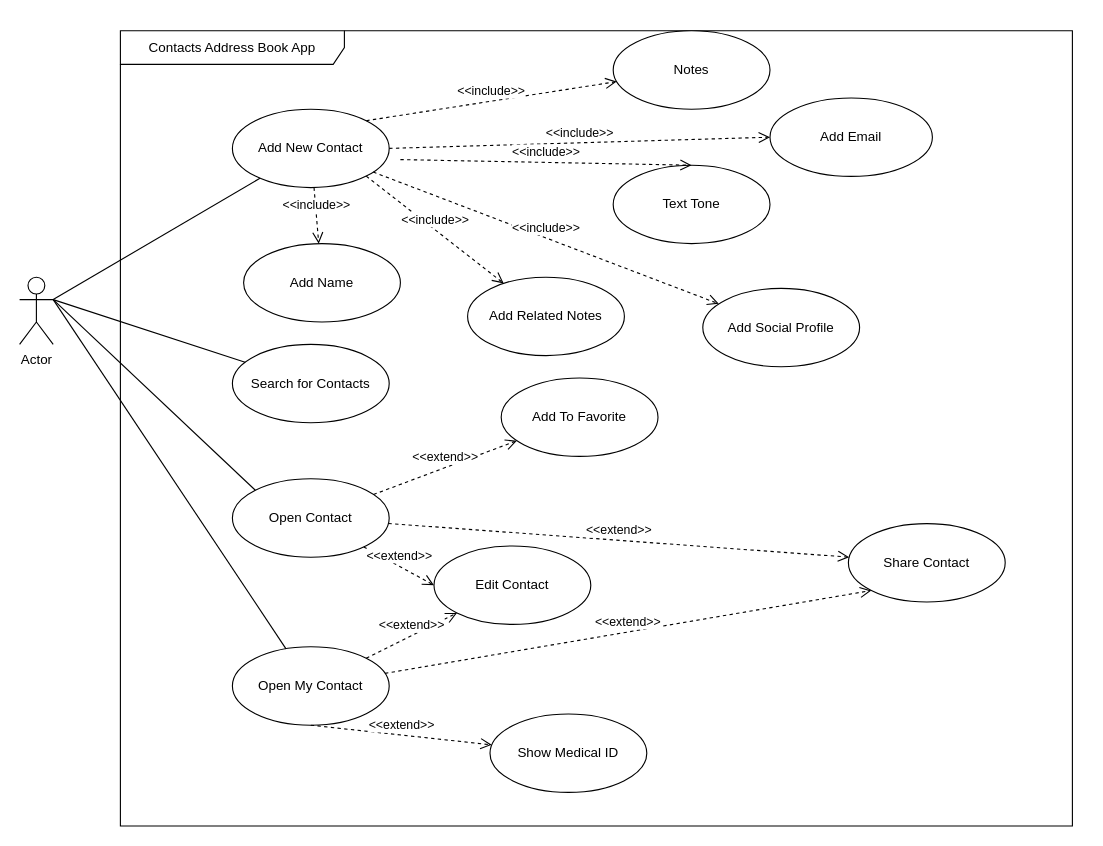
BlakeHan01/Contacts-Address-Book-Use-Case-Diagram keeps this draw.io diagram as OOP.drawio. Above is the earlier version. Source tidied: cells renumbered, new cells numbered last; positions are measured from the earlier drawing's top-left corner, leaving out a move shared by most shapes. Both pictures are drawn from the tidied source at 112%, with x=0, y=0 at pixel (19, 30).
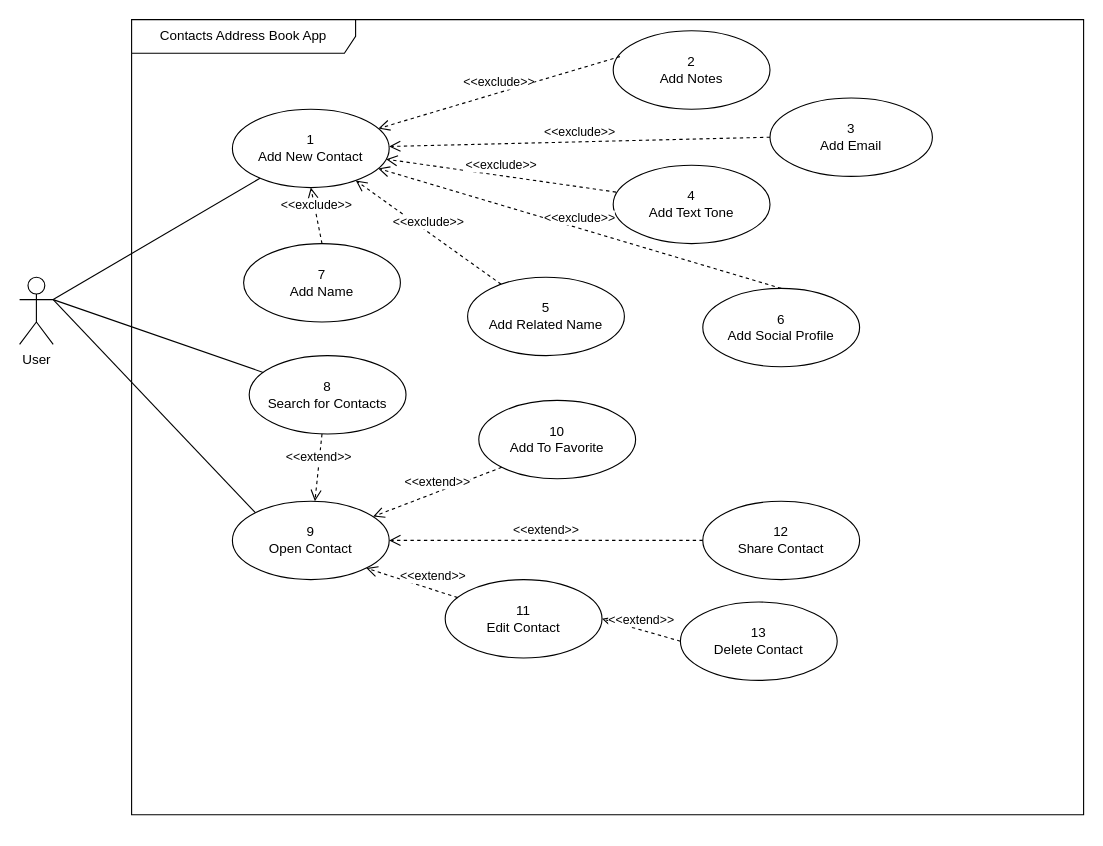
After the change.

Diff of the diagram source:
```diff
@@
-    <mxCell id="2" value="Actor" style="shape=umlActor;verticalLabelPosition=bottom;verticalAlign=top;html=1;outlineConnect=0;" parent="1" vertex="1">
+    <mxCell id="2" value="User" style="shape=umlActor;verticalLabelPosition=bottom;verticalAlign=top;html=1;outlineConnect=0;" parent="1" vertex="1">
       <mxGeometry y="220" width="30" height="60" as="geometry" />
     </mxCell>
     <mxCell id="3" value="Contacts Address Book App" style="shape=umlFrame;whiteSpace=wrap;html=1;width=200;height=30;" parent="1" vertex="1">
-      <mxGeometry x="90" width="850" height="710" as="geometry" />
+      <mxGeometry x="100" y="-10" width="850" height="710" as="geometry" />
     </mxCell>
-    <mxCell id="4" value="Add New Contact" style="ellipse;whiteSpace=wrap;html=1;" parent="1" vertex="1">
+    <mxCell id="4" value="1&lt;br&gt;Add New Contact" style="ellipse;whiteSpace=wrap;html=1;" parent="1" vertex="1">
       <mxGeometry x="190" y="70" width="140" height="70" as="geometry" />
     </mxCell>
-    <mxCell id="5" value="Add Name" style="ellipse;whiteSpace=wrap;html=1;" parent="1" vertex="1">
+    <mxCell id="5" value="7&lt;br&gt;Add Name" style="ellipse;whiteSpace=wrap;html=1;" parent="1" vertex="1">
       <mxGeometry x="200" y="190" width="140" height="70" as="geometry" />
     </mxCell>
-    <mxCell id="6" value="Search for Contacts" style="ellipse;whiteSpace=wrap;html=1;" parent="1" vertex="1">
-      <mxGeometry x="190" y="280" width="140" height="70" as="geometry" />
+    <mxCell id="6" value="8&lt;br&gt;Search for Contacts" style="ellipse;whiteSpace=wrap;html=1;" parent="1" vertex="1">
+      <mxGeometry x="205" y="290" width="140" height="70" as="geometry" />
     </mxCell>
-    <mxCell id="7" value="Add Email" style="ellipse;whiteSpace=wrap;html=1;" parent="1" vertex="1">
+    <mxCell id="7" value="3&lt;br&gt;Add Email" style="ellipse;whiteSpace=wrap;html=1;" parent="1" vertex="1">
       <mxGeometry x="670" y="60" width="145" height="70" as="geometry" />
     </mxCell>
-    <mxCell id="8" value="Text Tone" style="ellipse;whiteSpace=wrap;html=1;" parent="1" vertex="1">
+    <mxCell id="8" value="4&lt;br&gt;Add Text Tone" style="ellipse;whiteSpace=wrap;html=1;" parent="1" vertex="1">
       <mxGeometry x="530" y="120" width="140" height="70" as="geometry" />
     </mxCell>
-    <mxCell id="9" value="Open Contact" style="ellipse;whiteSpace=wrap;html=1;" parent="1" vertex="1">
-      <mxGeometry x="190" y="400" width="140" height="70" as="geometry" />
+    <mxCell id="9" value="9&lt;br&gt;Open Contact" style="ellipse;whiteSpace=wrap;html=1;" parent="1" vertex="1">
+      <mxGeometry x="190" y="420" width="140" height="70" as="geometry" />
     </mxCell>
-    <mxCell id="10" value="Add To Favorite" style="ellipse;whiteSpace=wrap;html=1;" parent="1" vertex="1">
-      <mxGeometry x="430" y="310" width="140" height="70" as="geometry" />
+    <mxCell id="10" value="10&lt;br&gt;Add To Favorite" style="ellipse;whiteSpace=wrap;html=1;" parent="1" vertex="1">
+      <mxGeometry x="410" y="330" width="140" height="70" as="geometry" />
     </mxCell>
-    <mxCell id="11" value="Edit Contact" style="ellipse;whiteSpace=wrap;html=1;" parent="1" vertex="1">
-      <mxGeometry x="370" y="460" width="140" height="70" as="geometry" />
+    <mxCell id="11" value="11&lt;br&gt;Edit Contact" style="ellipse;whiteSpace=wrap;html=1;" parent="1" vertex="1">
+      <mxGeometry x="380" y="490" width="140" height="70" as="geometry" />
     </mxCell>
-    <mxCell id="12" value="Add Social Profile" style="ellipse;whiteSpace=wrap;html=1;" parent="1" vertex="1">
+    <mxCell id="12" value="6&lt;br&gt;Add Social Profile" style="ellipse;whiteSpace=wrap;html=1;" parent="1" vertex="1">
       <mxGeometry x="610" y="230" width="140" height="70" as="geometry" />
     </mxCell>
-    <mxCell id="13" value="Share Contact" style="ellipse;whiteSpace=wrap;html=1;" parent="1" vertex="1">
-      <mxGeometry x="740" y="440" width="140" height="70" as="geometry" />
+    <mxCell id="13" value="12&lt;br&gt;Share Contact" style="ellipse;whiteSpace=wrap;html=1;" parent="1" vertex="1">
+      <mxGeometry x="610" y="420" width="140" height="70" as="geometry" />
     </mxCell>
-    <mxCell id="14" value="Notes" style="ellipse;whiteSpace=wrap;html=1;" parent="1" vertex="1">
+    <mxCell id="14" value="2&lt;br&gt;Add Notes" style="ellipse;whiteSpace=wrap;html=1;" parent="1" vertex="1">
       <mxGeometry x="530" width="140" height="70" as="geometry" />
     </mxCell>
-    <mxCell id="15" value="Add Related Notes" style="ellipse;whiteSpace=wrap;html=1;" parent="1" vertex="1">
+    <mxCell id="15" value="5&lt;br&gt;Add Related Name" style="ellipse;whiteSpace=wrap;html=1;" parent="1" vertex="1">
       <mxGeometry x="400" y="220" width="140" height="70" as="geometry" />
     </mxCell>
@@
-    <mxCell id="19" value="&amp;lt;&amp;lt;extend&amp;gt;&amp;gt;" style="html=1;verticalAlign=bottom;endArrow=open;dashed=1;endSize=8;rounded=0;entryX=0;entryY=0.5;entryDx=0;entryDy=0;" parent="1" edge="1" source="9" target="11">
-      <mxGeometry relative="1" as="geometry" />
+    <mxCell id="19" value="&amp;lt;&amp;lt;extend&amp;gt;&amp;gt;" style="html=1;verticalAlign=bottom;endArrow=open;dashed=1;endSize=8;rounded=0;entryX=1;entryY=1;entryDx=0;entryDy=0;" parent="1" edge="1" source="11" target="9">
+      <mxGeometry x="-0.44" y="-3" relative="1" as="geometry" />
     </mxCell>
-    <mxCell id="20" value="&amp;lt;&amp;lt;extend&amp;gt;&amp;gt;" style="html=1;verticalAlign=bottom;endArrow=open;dashed=1;endSize=8;rounded=0;" parent="1" edge="1" source="9" target="10">
+    <mxCell id="20" value="&amp;lt;&amp;lt;extend&amp;gt;&amp;gt;" style="html=1;verticalAlign=bottom;endArrow=open;dashed=1;endSize=8;rounded=0;exitX=0;exitY=1;exitDx=0;exitDy=0;" parent="1" edge="1" source="10" target="9">
       <mxGeometry relative="1" as="geometry" />
     </mxCell>
-    <mxCell id="21" value="&amp;lt;&amp;lt;extend&amp;gt;&amp;gt;" style="html=1;verticalAlign=bottom;endArrow=open;dashed=1;endSize=8;rounded=0;" parent="1" edge="1" source="9" target="13">
+    <mxCell id="21" value="&amp;lt;&amp;lt;extend&amp;gt;&amp;gt;" style="html=1;verticalAlign=bottom;endArrow=open;dashed=1;endSize=8;rounded=0;" parent="1" edge="1" source="13" target="9">
       <mxGeometry relative="1" as="geometry" />
     </mxCell>
-    <mxCell id="22" value="Open My Contact" style="ellipse;whiteSpace=wrap;html=1;" parent="1" vertex="1">
-      <mxGeometry x="190" y="550" width="140" height="70" as="geometry" />
-    </mxCell>
-    <mxCell id="23" value="&amp;lt;&amp;lt;include&amp;gt;&amp;gt;" style="html=1;verticalAlign=bottom;endArrow=open;dashed=1;endSize=8;rounded=0;" parent="1" edge="1" source="4" target="5">
+    <mxCell id="23" value="&amp;lt;&amp;lt;exclude&amp;gt;&amp;gt;" style="html=1;verticalAlign=bottom;endArrow=open;dashed=1;endSize=8;rounded=0;entryX=0.5;entryY=1;entryDx=0;entryDy=0;exitX=0.5;exitY=0;exitDx=0;exitDy=0;" parent="1" edge="1" source="5" target="4">
       <mxGeometry relative="1" as="geometry" />
     </mxCell>
-    <mxCell id="24" value="&amp;lt;&amp;lt;include&amp;gt;&amp;gt;" style="html=1;verticalAlign=bottom;endArrow=open;dashed=1;endSize=8;rounded=0;entryX=0;entryY=0.5;entryDx=0;entryDy=0;exitX=1;exitY=0.5;exitDx=0;exitDy=0;" parent="1" edge="1" source="4" target="7">
+    <mxCell id="24" value="&amp;lt;&amp;lt;exclude&amp;gt;&amp;gt;" style="html=1;verticalAlign=bottom;endArrow=open;dashed=1;endSize=8;rounded=0;exitX=0;exitY=0.5;exitDx=0;exitDy=0;" parent="1" edge="1" source="7" target="4">
       <mxGeometry relative="1" as="geometry" />
     </mxCell>
-    <mxCell id="25" value="&amp;lt;&amp;lt;include&amp;gt;&amp;gt;" style="html=1;verticalAlign=bottom;endArrow=open;dashed=1;endSize=8;rounded=0;entryX=0.5;entryY=0;entryDx=0;entryDy=0;exitX=1;exitY=0.5;exitDx=0;exitDy=0;" parent="1" edge="1" target="8">
-      <mxGeometry relative="1" as="geometry">
-        <mxPoint x="340" y="115" as="sourcePoint" />
-      </mxGeometry>
+    <mxCell id="25" value="&amp;lt;&amp;lt;exclude&amp;gt;&amp;gt;" style="html=1;verticalAlign=bottom;endArrow=open;dashed=1;endSize=8;rounded=0;exitX=0.018;exitY=0.343;exitDx=0;exitDy=0;exitPerimeter=0;" parent="1" edge="1" source="8" target="4">
+      <mxGeometry relative="1" as="geometry" />
     </mxCell>
-    <mxCell id="26" value="&amp;lt;&amp;lt;include&amp;gt;&amp;gt;" style="html=1;verticalAlign=bottom;endArrow=open;dashed=1;endSize=8;rounded=0;exitX=1;exitY=0;exitDx=0;exitDy=0;" parent="1" edge="1" source="4" target="14">
+    <mxCell id="26" value="&amp;lt;&amp;lt;exclude&amp;gt;&amp;gt;" style="html=1;verticalAlign=bottom;endArrow=open;dashed=1;endSize=8;rounded=0;exitX=0.043;exitY=0.329;exitDx=0;exitDy=0;exitPerimeter=0;" parent="1" edge="1" source="14" target="4">
       <mxGeometry relative="1" as="geometry" />
     </mxCell>
-    <mxCell id="27" value="&amp;lt;&amp;lt;include&amp;gt;&amp;gt;" style="html=1;verticalAlign=bottom;endArrow=open;dashed=1;endSize=8;rounded=0;exitX=1;exitY=1;exitDx=0;exitDy=0;" parent="1" edge="1" source="4" target="15">
+    <mxCell id="27" value="&amp;lt;&amp;lt;exclude&amp;gt;&amp;gt;" style="html=1;verticalAlign=bottom;endArrow=open;dashed=1;endSize=8;rounded=0;" parent="1" edge="1" source="15" target="4">
       <mxGeometry relative="1" as="geometry" />
     </mxCell>
-    <mxCell id="28" value="&amp;lt;&amp;lt;include&amp;gt;&amp;gt;" style="html=1;verticalAlign=bottom;endArrow=open;dashed=1;endSize=8;rounded=0;" parent="1" edge="1" source="4" target="12">
+    <mxCell id="28" value="&amp;lt;&amp;lt;exclude&amp;gt;&amp;gt;" style="html=1;verticalAlign=bottom;endArrow=open;dashed=1;endSize=8;rounded=0;exitX=0.5;exitY=0;exitDx=0;exitDy=0;" parent="1" edge="1" source="12" target="4">
       <mxGeometry relative="1" as="geometry" />
     </mxCell>
-    <mxCell id="29" style="endArrow=none;html=1;rounded=0;exitX=1;exitY=0.3333333333333333;exitDx=0;exitDy=0;exitPerimeter=0;" parent="1" edge="1" source="2" target="22">
-      <mxGeometry relative="1" as="geometry" />
-    </mxCell>
-    <mxCell id="30" value="&amp;lt;&amp;lt;extend&amp;gt;&amp;gt;" style="html=1;verticalAlign=bottom;endArrow=open;dashed=1;endSize=8;rounded=0;" parent="1" edge="1" source="22" target="11">
-      <mxGeometry relative="1" as="geometry" />
-    </mxCell>
-    <mxCell id="31" value="&amp;lt;&amp;lt;extend&amp;gt;&amp;gt;" style="html=1;verticalAlign=bottom;endArrow=open;dashed=1;endSize=8;rounded=0;entryX=0;entryY=1;entryDx=0;entryDy=0;" parent="1" edge="1" source="22" target="13">
-      <mxGeometry relative="1" as="geometry" />
-    </mxCell>
-    <mxCell id="32" value="&amp;lt;&amp;lt;extend&amp;gt;&amp;gt;" style="html=1;verticalAlign=bottom;endArrow=open;dashed=1;endSize=8;rounded=0;exitX=0.5;exitY=1;exitDx=0;exitDy=0;" parent="1" edge="1" source="22" target="33">
-      <mxGeometry relative="1" as="geometry" />
+    <mxCell id="32" value="&amp;lt;&amp;lt;extend&amp;gt;&amp;gt;" style="html=1;verticalAlign=bottom;endArrow=open;dashed=1;endSize=8;rounded=0;" parent="1" edge="1" target="9">
+      <mxGeometry relative="1" as="geometry">
+        <mxPoint x="270" y="360" as="sourcePoint" />
+        <Array as="points">
+          <mxPoint x="270" y="360" />
+        </Array>
+      </mxGeometry>
     </mxCell>
-    <mxCell id="33" value="Show Medical ID" style="ellipse;whiteSpace=wrap;html=1;" parent="1" vertex="1">
-      <mxGeometry x="420" y="610" width="140" height="70" as="geometry" />
-    </mxCell>
+    <mxCell id="34" value="13&lt;br&gt;Delete Contact" style="ellipse;whiteSpace=wrap;html=1;" parent="1" vertex="1">
+      <mxGeometry x="590" y="510" width="140" height="70" as="geometry" />
+    </mxCell>
+    <mxCell id="35" value="&amp;lt;&amp;lt;extend&amp;gt;&amp;gt;" style="html=1;verticalAlign=bottom;endArrow=open;dashed=1;endSize=8;rounded=0;exitX=0;exitY=0.5;exitDx=0;exitDy=0;entryX=1;entryY=0.5;entryDx=0;entryDy=0;" parent="1" edge="1" source="34" target="11">
+      <mxGeometry relative="1" as="geometry" />
+    </mxCell>
```
